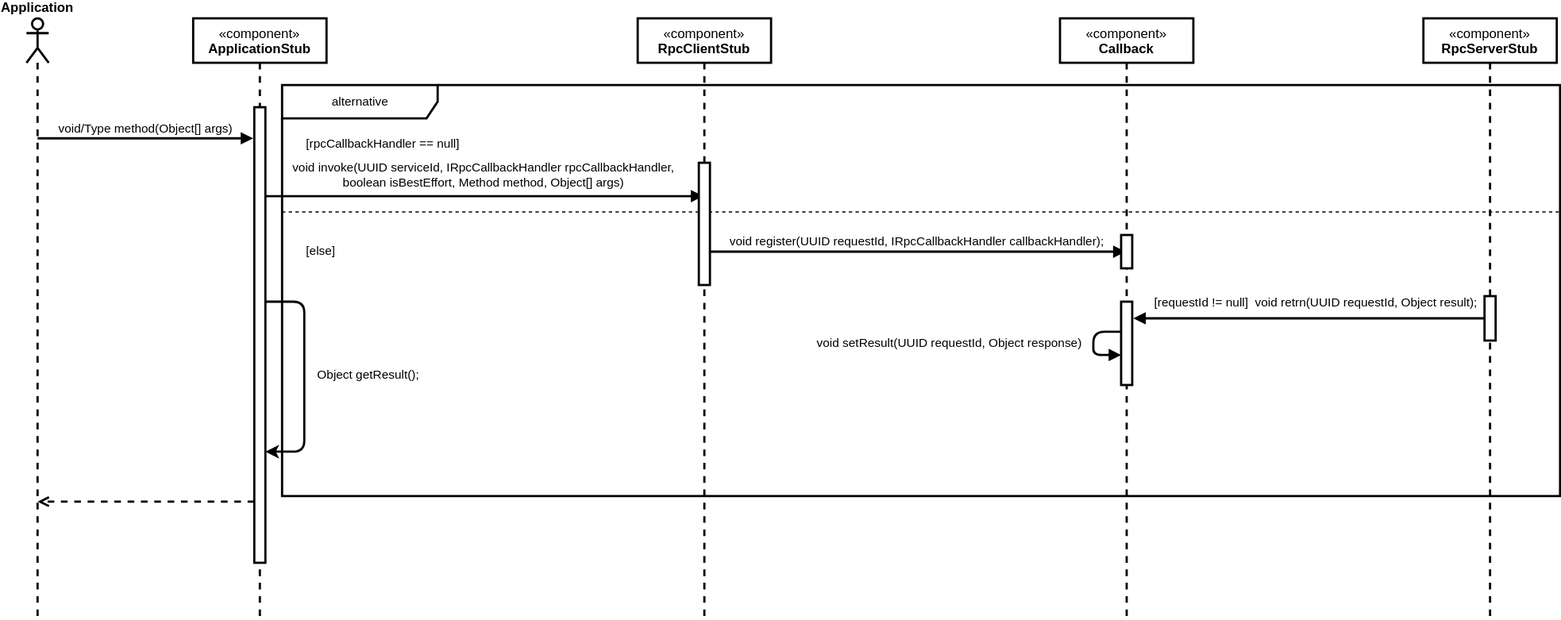
The draw.io diagram docs/middleware/diagrams/UC03InvokeAFunctionSequenceDiagramLevel1.drawio.svg in HaniAlshikh/tron, before a commit. Source tidied: cells renumbered, new cells last; positions are measured from the earlier drawing's top-left corner, leaving out a move shared by most shapes. Source of this version:
```xml
<mxGraphModel background="#ffffff">
  <root>
    <mxCell id="0" />
    <mxCell id="1" parent="0" />
    <mxCell id="2" value="alternative" style="shape=umlFrame;tabWidth=110;tabHeight=30;tabPosition=left;html=1;boundedLbl=1;labelInHeader=1;width=140;height=30;fontFamily=Helvetica;fontSize=11;fontColor=default;strokeWidth=2;" parent="1" vertex="1">
      <mxGeometry x="230" y="60" width="1150" height="370" as="geometry" />
    </mxCell>
    <mxCell id="3" value="[rpcCallbackHandler == null]" style="text;fontFamily=Helvetica;fontSize=11;fontColor=default;" parent="2" vertex="1">
      <mxGeometry width="100" height="20" relative="1" as="geometry">
        <mxPoint x="20" y="40" as="offset" />
      </mxGeometry>
    </mxCell>
    <mxCell id="4" value="[else]" style="line;strokeWidth=1;dashed=1;labelPosition=center;verticalLabelPosition=bottom;align=left;verticalAlign=top;spacingLeft=20;spacingTop=15;fontFamily=Helvetica;fontSize=11;fontColor=default;" parent="2" vertex="1">
      <mxGeometry y="106.8" width="1150" height="14.8" as="geometry" />
    </mxCell>
    <mxCell id="5" value="&lt;span&gt;«component»&lt;br&gt;&lt;b&gt;ApplicationStub&lt;/b&gt;&lt;br&gt;&lt;/span&gt;" style="shape=umlLifeline;perimeter=lifelinePerimeter;whiteSpace=wrap;html=1;strokeWidth=2;verticalAlign=top;" parent="1" vertex="1">
      <mxGeometry x="150" width="120" height="540" as="geometry" />
    </mxCell>
    <mxCell id="6" value="&lt;b&gt;Application&lt;/b&gt;" style="shape=umlLifeline;participant=umlActor;perimeter=lifelinePerimeter;whiteSpace=wrap;html=1;verticalAlign=bottom;spacingTop=36;strokeWidth=2;labelPosition=center;verticalLabelPosition=top;align=center;" parent="1" vertex="1">
      <mxGeometry width="20" height="540" as="geometry" />
    </mxCell>
    <mxCell id="7" style="edgeStyle=none;shape=connector;rounded=1;html=1;labelBackgroundColor=default;fontFamily=Helvetica;fontSize=11;fontColor=default;endArrow=block;strokeColor=default;strokeWidth=2;" parent="1" edge="1">
      <mxGeometry relative="1" as="geometry">
        <mxPoint x="215" y="160" as="sourcePoint" />
        <mxPoint x="609" y="160" as="targetPoint" />
      </mxGeometry>
    </mxCell>
    <mxCell id="8" value="void invoke(UUID serviceId, IRpcCallbackHandler rpcCallbackHandler,&lt;br&gt;&amp;nbsp;boolean isBestEffort, Method method, Object[] args)" style="edgeLabel;html=1;align=center;verticalAlign=middle;fontSize=11;fontFamily=Helvetica;fontColor=default;" parent="7" vertex="1">
      <mxGeometry x="-0.15" y="-2" relative="1" as="geometry">
        <mxPoint x="28" y="-22" as="offset" />
      </mxGeometry>
    </mxCell>
    <mxCell id="9" style="edgeStyle=none;shape=connector;rounded=1;html=1;labelBackgroundColor=default;fontFamily=Helvetica;fontSize=11;fontColor=default;startArrow=none;startFill=0;endArrow=open;endFill=0;strokeColor=default;strokeWidth=2;dashed=1;" parent="1" edge="1">
      <mxGeometry relative="1" as="geometry">
        <mxPoint x="205" y="435" as="sourcePoint" />
        <mxPoint x="10" y="435" as="targetPoint" />
      </mxGeometry>
    </mxCell>
    <mxCell id="10" style="html=1;points=[];perimeter=orthogonalPerimeter;strokeWidth=2;verticalAlign=top;" parent="1" vertex="1">
      <mxGeometry x="205" y="80" width="10" height="410" as="geometry" />
    </mxCell>
    <mxCell id="11" value="void/Type method(Object[] args)" style="html=1;verticalAlign=bottom;endArrow=block;strokeWidth=2;entryX=-0.1;entryY=0.832;entryDx=0;entryDy=0;entryPerimeter=0;" parent="1" edge="1">
      <mxGeometry relative="1" as="geometry">
        <mxPoint x="10" y="108" as="sourcePoint" />
        <mxPoint x="204" y="108" as="targetPoint" />
      </mxGeometry>
    </mxCell>
    <mxCell id="12" value="&lt;span&gt;«component»&lt;br&gt;&lt;b&gt;RpcClientStub&lt;/b&gt;&lt;br&gt;&lt;/span&gt;" style="shape=umlLifeline;perimeter=lifelinePerimeter;whiteSpace=wrap;html=1;strokeWidth=2;verticalAlign=top;" parent="1" vertex="1">
      <mxGeometry x="550" width="120" height="540" as="geometry" />
    </mxCell>
    <mxCell id="13" style="edgeStyle=none;shape=connector;rounded=1;html=1;labelBackgroundColor=default;fontFamily=Helvetica;fontSize=11;fontColor=default;endArrow=block;strokeColor=default;strokeWidth=2;" parent="1" edge="1">
      <mxGeometry relative="1" as="geometry">
        <mxPoint x="615" y="210" as="sourcePoint" />
        <mxPoint x="989" y="210" as="targetPoint" />
      </mxGeometry>
    </mxCell>
    <mxCell id="14" value="void register(UUID requestId, IRpcCallbackHandler callbackHandler);" style="edgeLabel;html=1;align=center;verticalAlign=middle;fontSize=11;fontFamily=Helvetica;fontColor=default;" parent="13" vertex="1">
      <mxGeometry x="-0.13" y="2" relative="1" as="geometry">
        <mxPoint x="22" y="-8" as="offset" />
      </mxGeometry>
    </mxCell>
    <mxCell id="15" style="html=1;perimeter=orthogonalPerimeter;strokeWidth=2;verticalAlign=top;" parent="1" vertex="1">
      <mxGeometry x="605" y="130" width="10" height="110" as="geometry" />
    </mxCell>
    <mxCell id="16" value="&lt;span&gt;«component»&lt;br&gt;&lt;b&gt;Callback&lt;/b&gt;&lt;br&gt;&lt;/span&gt;" style="shape=umlLifeline;perimeter=lifelinePerimeter;whiteSpace=wrap;html=1;strokeWidth=2;verticalAlign=top;" parent="1" vertex="1">
      <mxGeometry x="930" width="120" height="540" as="geometry" />
    </mxCell>
    <mxCell id="17" style="html=1;perimeter=orthogonalPerimeter;strokeWidth=2;verticalAlign=top;" parent="16" vertex="1">
      <mxGeometry x="55" y="195" width="10" height="30" as="geometry" />
    </mxCell>
    <mxCell id="18" style="html=1;points=[];perimeter=orthogonalPerimeter;strokeWidth=2;verticalAlign=top;" parent="1" vertex="1">
      <mxGeometry x="985" y="255" width="10" height="75" as="geometry" />
    </mxCell>
    <mxCell id="19" style="edgeStyle=none;shape=connector;rounded=1;html=1;labelBackgroundColor=default;fontFamily=Helvetica;fontSize=11;fontColor=default;endArrow=block;strokeColor=default;strokeWidth=2;" parent="1" edge="1" source="22">
      <mxGeometry relative="1" as="geometry">
        <mxPoint x="995.9" y="270" as="targetPoint" />
      </mxGeometry>
    </mxCell>
    <mxCell id="20" value="[requestId != null]&amp;nbsp;&amp;nbsp;void retrn(UUID requestId, Object result);" style="edgeLabel;html=1;align=center;verticalAlign=middle;fontSize=11;fontFamily=Helvetica;fontColor=default;" parent="19" vertex="1">
      <mxGeometry x="0.02" relative="1" as="geometry">
        <mxPoint x="9" y="-15" as="offset" />
      </mxGeometry>
    </mxCell>
    <mxCell id="21" value="&lt;span&gt;«component»&lt;br&gt;&lt;b&gt;RpcServerStub&lt;/b&gt;&lt;br&gt;&lt;/span&gt;" style="shape=umlLifeline;perimeter=lifelinePerimeter;whiteSpace=wrap;html=1;strokeWidth=2;verticalAlign=top;" parent="1" vertex="1">
      <mxGeometry x="1257" width="120" height="540" as="geometry" />
    </mxCell>
    <mxCell id="22" style="html=1;points=[];perimeter=orthogonalPerimeter;strokeWidth=2;verticalAlign=top;" parent="21" vertex="1">
      <mxGeometry x="55" y="250" width="10" height="40" as="geometry" />
    </mxCell>
    <mxCell id="23" style="edgeStyle=none;shape=connector;rounded=1;html=1;labelBackgroundColor=default;fontFamily=Helvetica;fontSize=11;fontColor=default;endArrow=block;strokeColor=default;strokeWidth=2;" parent="1" edge="1" source="18" target="18">
      <mxGeometry relative="1" as="geometry">
        <Array as="points">
          <mxPoint x="960" y="303" />
        </Array>
      </mxGeometry>
    </mxCell>
    <mxCell id="24" value="&lt;span style=&quot;text-align: center&quot;&gt;void setResult(UUID requestId, Object response)&lt;/span&gt;" style="edgeLabel;html=1;align=right;verticalAlign=middle;fontSize=11;fontFamily=Helvetica;fontColor=default;" parent="23" vertex="1">
      <mxGeometry x="0.01" y="-1" relative="1" as="geometry">
        <mxPoint x="-9" y="-1" as="offset" />
      </mxGeometry>
    </mxCell>
    <mxCell id="25" style="edgeStyle=none;shape=connector;rounded=1;html=1;labelBackgroundColor=default;fontFamily=Helvetica;fontSize=11;fontColor=default;endArrow=none;strokeColor=default;strokeWidth=2;startArrow=classic;startFill=1;endFill=0;" parent="1" edge="1" source="10" target="10">
      <mxGeometry relative="1" as="geometry">
        <Array as="points">
          <mxPoint x="250" y="390" />
          <mxPoint x="250" y="340" />
          <mxPoint x="250" y="290" />
          <mxPoint x="250" y="255" />
        </Array>
      </mxGeometry>
    </mxCell>
    <mxCell id="26" value="Object getResult();" style="edgeLabel;html=1;align=left;verticalAlign=middle;fontSize=11;fontFamily=Helvetica;fontColor=default;" parent="25" vertex="1">
      <mxGeometry x="0.01" relative="1" as="geometry">
        <mxPoint x="10" as="offset" />
      </mxGeometry>
    </mxCell>
  </root>
</mxGraphModel>
```
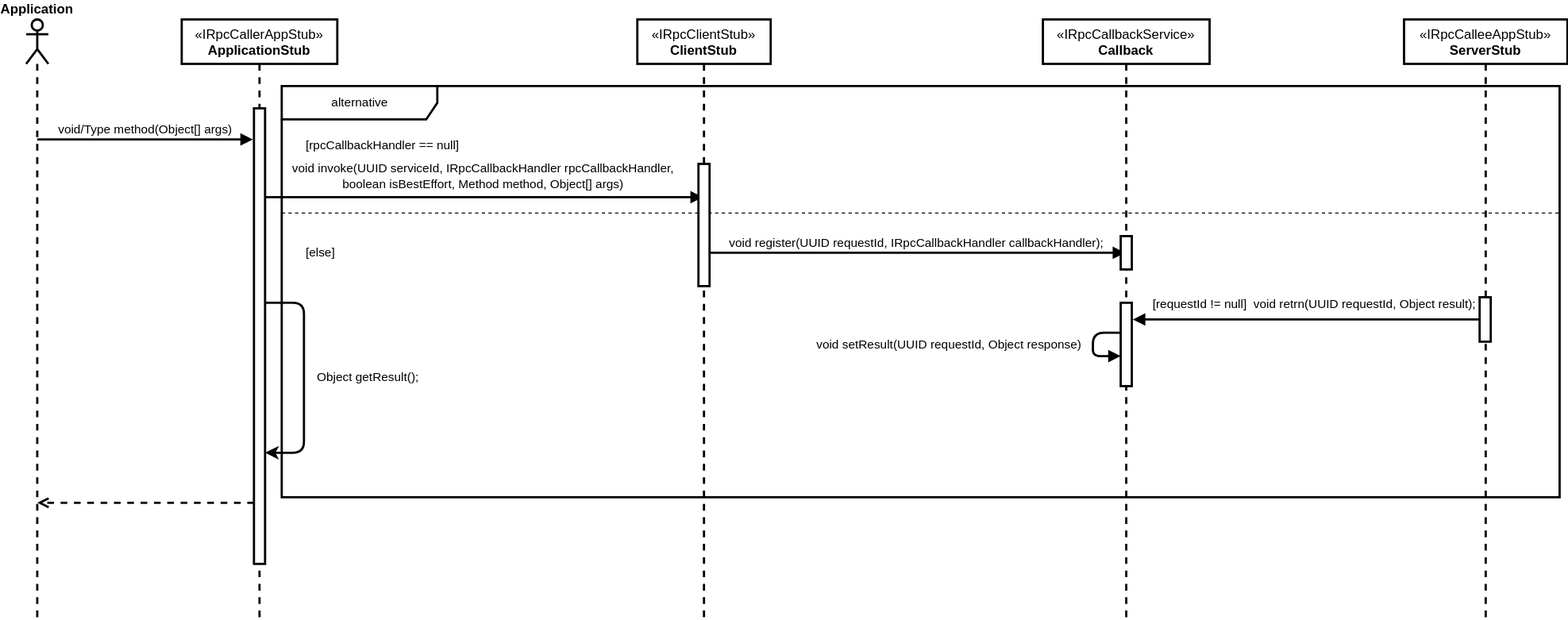
The same diagram one commit later.

Commit message:
Docs: Runtime View Level diagrams interfaces

Change to the diagram source:
```diff
@@ -13,8 +13,8 @@
     <mxCell id="4" value="[else]" style="line;strokeWidth=1;dashed=1;labelPosition=center;verticalLabelPosition=bottom;align=left;verticalAlign=top;spacingLeft=20;spacingTop=15;fontFamily=Helvetica;fontSize=11;fontColor=default;" parent="2" vertex="1">
       <mxGeometry y="106.8" width="1150" height="14.8" as="geometry" />
     </mxCell>
-    <mxCell id="5" value="&lt;span&gt;«component»&lt;br&gt;&lt;b&gt;ApplicationStub&lt;/b&gt;&lt;br&gt;&lt;/span&gt;" style="shape=umlLifeline;perimeter=lifelinePerimeter;whiteSpace=wrap;html=1;strokeWidth=2;verticalAlign=top;" parent="1" vertex="1">
-      <mxGeometry x="150" width="120" height="540" as="geometry" />
+    <mxCell id="5" value="&lt;span&gt;«IRpcCallerAppStub»&lt;br&gt;&lt;b&gt;ApplicationStub&lt;/b&gt;&lt;br&gt;&lt;/span&gt;" style="shape=umlLifeline;perimeter=lifelinePerimeter;whiteSpace=wrap;html=1;strokeWidth=2;verticalAlign=top;" parent="1" vertex="1">
+      <mxGeometry x="140" width="140" height="540" as="geometry" />
     </mxCell>
     <mxCell id="6" value="&lt;b&gt;Application&lt;/b&gt;" style="shape=umlLifeline;participant=umlActor;perimeter=lifelinePerimeter;whiteSpace=wrap;html=1;verticalAlign=bottom;spacingTop=36;strokeWidth=2;labelPosition=center;verticalLabelPosition=top;align=center;" parent="1" vertex="1">
       <mxGeometry width="20" height="540" as="geometry" />
@@ -45,7 +45,7 @@
         <mxPoint x="204" y="108" as="targetPoint" />
       </mxGeometry>
     </mxCell>
-    <mxCell id="12" value="&lt;span&gt;«component»&lt;br&gt;&lt;b&gt;RpcClientStub&lt;/b&gt;&lt;br&gt;&lt;/span&gt;" style="shape=umlLifeline;perimeter=lifelinePerimeter;whiteSpace=wrap;html=1;strokeWidth=2;verticalAlign=top;" parent="1" vertex="1">
+    <mxCell id="12" value="&lt;span&gt;«IRpcClientStub»&lt;br&gt;&lt;b&gt;ClientStub&lt;/b&gt;&lt;br&gt;&lt;/span&gt;" style="shape=umlLifeline;perimeter=lifelinePerimeter;whiteSpace=wrap;html=1;strokeWidth=2;verticalAlign=top;" parent="1" vertex="1">
       <mxGeometry x="550" width="120" height="540" as="geometry" />
     </mxCell>
     <mxCell id="13" style="edgeStyle=none;shape=connector;rounded=1;html=1;labelBackgroundColor=default;fontFamily=Helvetica;fontSize=11;fontColor=default;endArrow=block;strokeColor=default;strokeWidth=2;" parent="1" edge="1">
@@ -62,11 +62,11 @@
     <mxCell id="15" style="html=1;perimeter=orthogonalPerimeter;strokeWidth=2;verticalAlign=top;" parent="1" vertex="1">
       <mxGeometry x="605" y="130" width="10" height="110" as="geometry" />
     </mxCell>
-    <mxCell id="16" value="&lt;span&gt;«component»&lt;br&gt;&lt;b&gt;Callback&lt;/b&gt;&lt;br&gt;&lt;/span&gt;" style="shape=umlLifeline;perimeter=lifelinePerimeter;whiteSpace=wrap;html=1;strokeWidth=2;verticalAlign=top;" parent="1" vertex="1">
-      <mxGeometry x="930" width="120" height="540" as="geometry" />
+    <mxCell id="16" value="&lt;span&gt;«IRpcCallbackService»&lt;br&gt;&lt;b&gt;Callback&lt;/b&gt;&lt;br&gt;&lt;/span&gt;" style="shape=umlLifeline;perimeter=lifelinePerimeter;whiteSpace=wrap;html=1;strokeWidth=2;verticalAlign=top;" parent="1" vertex="1">
+      <mxGeometry x="915" width="150" height="540" as="geometry" />
     </mxCell>
     <mxCell id="17" style="html=1;perimeter=orthogonalPerimeter;strokeWidth=2;verticalAlign=top;" parent="16" vertex="1">
-      <mxGeometry x="55" y="195" width="10" height="30" as="geometry" />
+      <mxGeometry x="70" y="195" width="10" height="30" as="geometry" />
     </mxCell>
     <mxCell id="18" style="html=1;points=[];perimeter=orthogonalPerimeter;strokeWidth=2;verticalAlign=top;" parent="1" vertex="1">
       <mxGeometry x="985" y="255" width="10" height="75" as="geometry" />
@@ -81,12 +81,9 @@
         <mxPoint x="9" y="-15" as="offset" />
       </mxGeometry>
     </mxCell>
-    <mxCell id="21" value="&lt;span&gt;«component»&lt;br&gt;&lt;b&gt;RpcServerStub&lt;/b&gt;&lt;br&gt;&lt;/span&gt;" style="shape=umlLifeline;perimeter=lifelinePerimeter;whiteSpace=wrap;html=1;strokeWidth=2;verticalAlign=top;" parent="1" vertex="1">
-      <mxGeometry x="1257" width="120" height="540" as="geometry" />
+    <mxCell id="21" value="&lt;span&gt;«IRpcCalleeAppStub»&lt;br&gt;&lt;b&gt;ServerStub&lt;/b&gt;&lt;br&gt;&lt;/span&gt;" style="shape=umlLifeline;perimeter=lifelinePerimeter;whiteSpace=wrap;html=1;strokeWidth=2;verticalAlign=top;" parent="1" vertex="1">
+      <mxGeometry x="1240" width="147" height="540" as="geometry" />
     </mxCell>
-    <mxCell id="22" style="html=1;points=[];perimeter=orthogonalPerimeter;strokeWidth=2;verticalAlign=top;" parent="21" vertex="1">
-      <mxGeometry x="55" y="250" width="10" height="40" as="geometry" />
-    </mxCell>
     <mxCell id="23" style="edgeStyle=none;shape=connector;rounded=1;html=1;labelBackgroundColor=default;fontFamily=Helvetica;fontSize=11;fontColor=default;endArrow=block;strokeColor=default;strokeWidth=2;" parent="1" edge="1" source="18" target="18">
       <mxGeometry relative="1" as="geometry">
         <Array as="points">
@@ -114,5 +111,8 @@
         <mxPoint x="10" as="offset" />
       </mxGeometry>
     </mxCell>
+    <mxCell id="22" style="html=1;points=[];perimeter=orthogonalPerimeter;strokeWidth=2;verticalAlign=top;" parent="1" vertex="1">
+      <mxGeometry x="1308" y="250" width="10" height="40" as="geometry" />
+    </mxCell>
   </root>
 </mxGraphModel>
```
